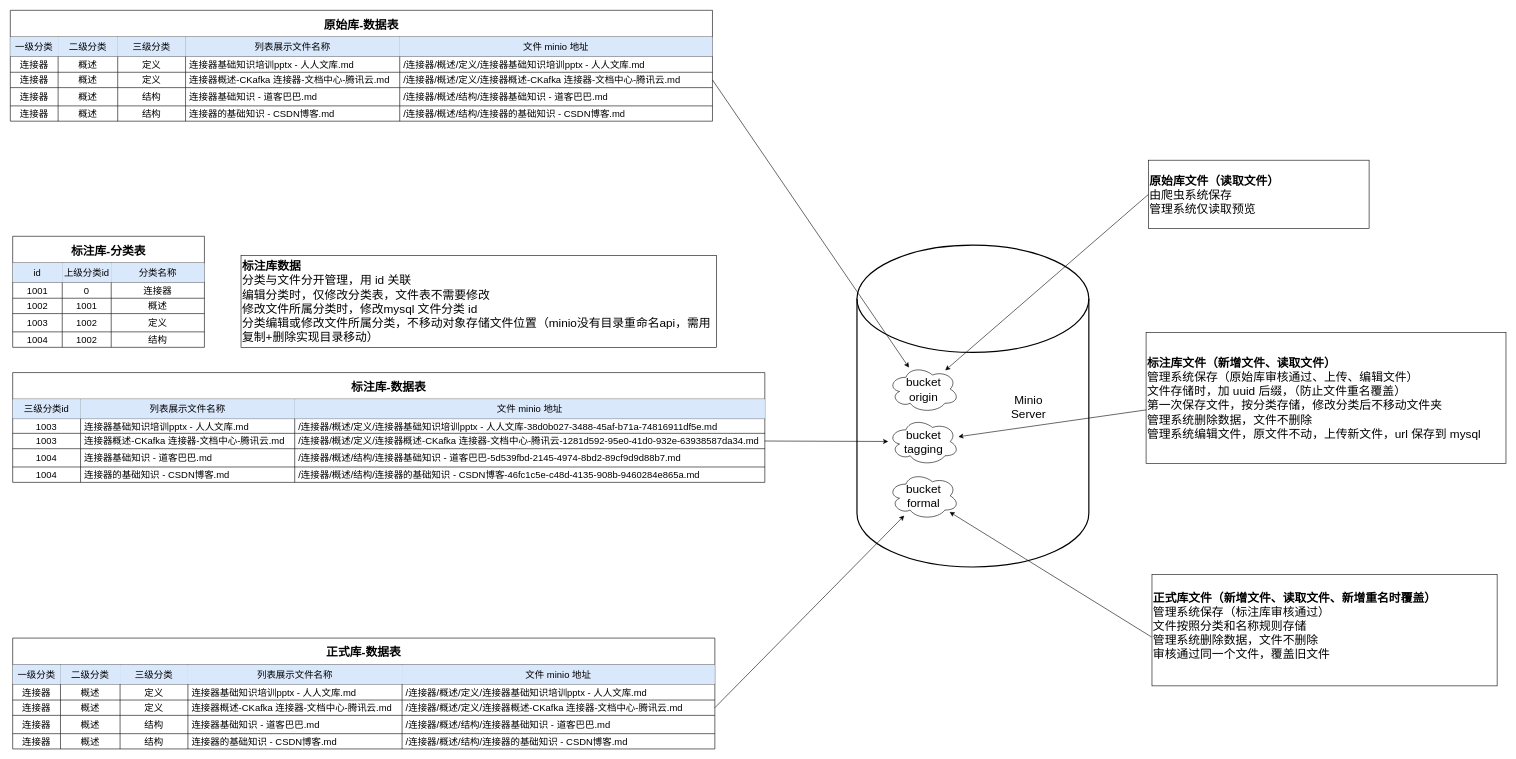
Above: ence/aidata-minio.drawio in MuggleStar/draw_io (draw.io), before the change. Source tidied: cells renumbered, new cells numbered last; positions are measured from the earlier drawing's top-left corner, leaving out a move shared by most shapes. Both pictures are drawn from the tidied source at 59%, with x=0, y=0 at pixel (10, 10).
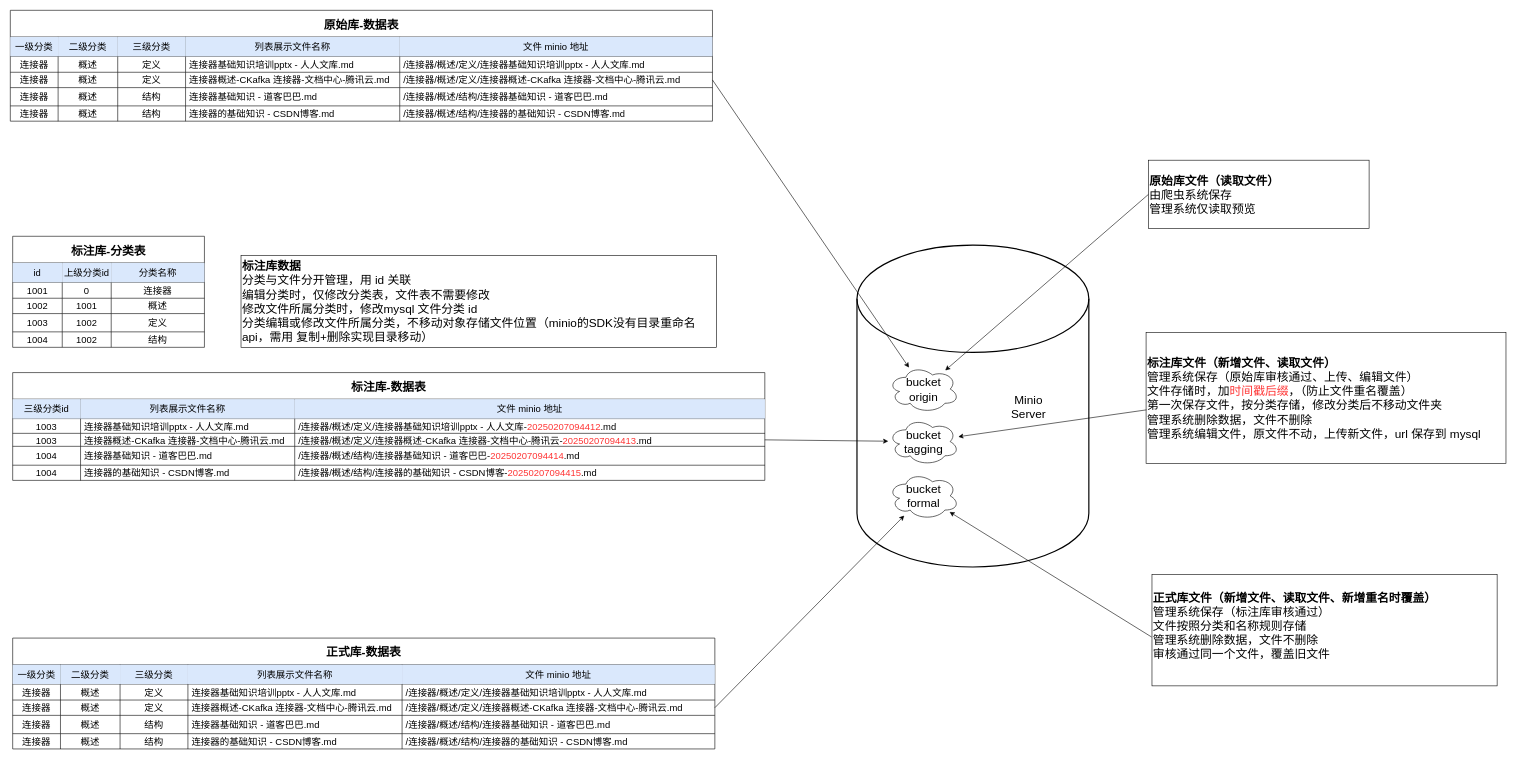
Above is the later version.

Unchanged cells that the change refers to:
```xml
<mxCell id="43" style="shape=tableRow;horizontal=0;startSize=0;swimlaneHead=0;swimlaneBody=0;strokeColor=inherit;top=0;left=0;bottom=0;right=0;fillColor=none;fontSize=16;" parent="38" vertex="1">
  <mxGeometry y="78" width="1274.8" height="25" as="geometry" />
</mxCell>
```

The edit, as a diff of the source:
```diff
@@
     <mxCell id="38" value="标注库-数据表" style="shape=table;startSize=45;childLayout=tableLayout;strokeColor=default;fontSize=20;align=center;fontStyle=1;" parent="1" vertex="1">
-      <mxGeometry x="4" y="614" width="1274.8" height="186.1" as="geometry" />
+      <mxGeometry x="4" y="614" width="1274.8" height="182.7" as="geometry" />
     </mxCell>
@@
-    <mxCell id="46" value="&amp;nbsp;/连接器/概述/定义/连接器基础知识培训pptx - 人人文库-38d0b027-3488-45af-b71a-74816911df5e.md" style="shape=partialRectangle;html=1;whiteSpace=wrap;strokeColor=inherit;overflow=hidden;fillColor=none;top=0;left=0;bottom=0;right=0;fontSize=16;align=left;" parent="43" vertex="1">
+    <mxCell id="46" value="&amp;nbsp;/连接器/概述/定义/连接器基础知识培训pptx - 人人文库-&lt;font style=&quot;color: rgb(255, 51, 51);&quot;&gt;20250207094412&lt;/font&gt;.md" style="shape=partialRectangle;html=1;whiteSpace=wrap;strokeColor=inherit;overflow=hidden;fillColor=none;top=0;left=0;bottom=0;right=0;fontSize=16;align=left;" parent="43" vertex="1">
       <mxGeometry x="478" width="797" height="25" as="geometry" />
     </mxCell>
     <mxCell id="47" style="shape=tableRow;horizontal=0;startSize=0;swimlaneHead=0;swimlaneBody=0;strokeColor=inherit;top=0;left=0;bottom=0;right=0;fillColor=none;points=[[0,0.5],[1,0.5]];portConstraint=eastwest;fontSize=16;" parent="38" vertex="1">
-      <mxGeometry y="103" width="1274.8" height="26" as="geometry" />
+      <mxGeometry y="103" width="1274.8" height="22" as="geometry" />
     </mxCell>
     <mxCell id="48" value="1003" style="shape=partialRectangle;html=1;whiteSpace=wrap;strokeColor=inherit;overflow=hidden;fillColor=none;top=0;left=0;bottom=0;right=0;fontSize=16;align=center;" parent="47" vertex="1">
-      <mxGeometry width="115" height="26" as="geometry" />
+      <mxGeometry width="115" height="22" as="geometry" />
     </mxCell>
     <mxCell id="49" value="&amp;nbsp;连接器概述-CKafka 连接器-文档中心-腾讯云.md" style="shape=partialRectangle;html=1;whiteSpace=wrap;strokeColor=inherit;overflow=hidden;fillColor=none;top=0;left=0;bottom=0;right=0;fontSize=16;align=left;" parent="47" vertex="1">
-      <mxGeometry x="115" width="363" height="26" as="geometry" />
+      <mxGeometry x="115" width="363" height="22" as="geometry" />
     </mxCell>
-    <mxCell id="50" value="&amp;nbsp;/连接器/概述/定义/连接器概述-CKafka 连接器-文档中心-腾讯云-1281d592-95e0-41d0-932e-63938587da34.md" style="shape=partialRectangle;html=1;whiteSpace=wrap;strokeColor=inherit;overflow=hidden;fillColor=none;top=0;left=0;bottom=0;right=0;fontSize=16;align=left;" parent="47" vertex="1">
-      <mxGeometry x="478" width="797" height="26" as="geometry" />
+    <mxCell id="50" value="&amp;nbsp;/连接器/概述/定义/连接器概述-CKafka 连接器-文档中心-腾讯云-&lt;font style=&quot;color: rgb(255, 51, 51);&quot;&gt;20250207094413&lt;/font&gt;.md" style="shape=partialRectangle;html=1;whiteSpace=wrap;strokeColor=inherit;overflow=hidden;fillColor=none;top=0;left=0;bottom=0;right=0;fontSize=16;align=left;" parent="47" vertex="1">
+      <mxGeometry x="478" width="797" height="22" as="geometry" />
     </mxCell>
     <mxCell id="51" style="shape=tableRow;horizontal=0;startSize=0;swimlaneHead=0;swimlaneBody=0;strokeColor=inherit;top=0;left=0;bottom=0;right=0;fillColor=none;fontSize=16;" parent="38" vertex="1">
-      <mxGeometry y="129" width="1274.8" height="31" as="geometry" />
+      <mxGeometry y="125" width="1274.8" height="32" as="geometry" />
     </mxCell>
     <mxCell id="52" value="1004" style="shape=partialRectangle;html=1;whiteSpace=wrap;strokeColor=inherit;overflow=hidden;fillColor=none;top=0;left=0;bottom=0;right=0;fontSize=16;align=center;" parent="51" vertex="1">
-      <mxGeometry width="115" height="31" as="geometry" />
+      <mxGeometry width="115" height="32" as="geometry" />
     </mxCell>
     <mxCell id="53" value="&amp;nbsp;连接器基础知识 - 道客巴巴.md" style="shape=partialRectangle;html=1;whiteSpace=wrap;strokeColor=inherit;overflow=hidden;fillColor=none;top=0;left=0;bottom=0;right=0;fontSize=16;align=left;" parent="51" vertex="1">
-      <mxGeometry x="115" width="363" height="31" as="geometry" />
+      <mxGeometry x="115" width="363" height="32" as="geometry" />
     </mxCell>
-    <mxCell id="54" value="&amp;nbsp;/连接器/概述/结构/连接器基础知识 - 道客巴巴-5d539fbd-2145-4974-8bd2-89cf9d9d88b7.md" style="shape=partialRectangle;html=1;whiteSpace=wrap;strokeColor=inherit;overflow=hidden;fillColor=none;top=0;left=0;bottom=0;right=0;fontSize=16;align=left;" parent="51" vertex="1">
-      <mxGeometry x="478" width="797" height="31" as="geometry" />
+    <mxCell id="54" value="&amp;nbsp;/连接器/概述/结构/连接器基础知识 - 道客巴巴-&lt;font style=&quot;color: rgb(255, 51, 51);&quot;&gt;20250207094414&lt;/font&gt;.md" style="shape=partialRectangle;html=1;whiteSpace=wrap;strokeColor=inherit;overflow=hidden;fillColor=none;top=0;left=0;bottom=0;right=0;fontSize=16;align=left;" parent="51" vertex="1">
+      <mxGeometry x="478" width="797" height="32" as="geometry" />
     </mxCell>
     <mxCell id="55" style="shape=tableRow;horizontal=0;startSize=0;swimlaneHead=0;swimlaneBody=0;strokeColor=inherit;top=0;left=0;bottom=0;right=0;fillColor=none;fontSize=16;" parent="38" vertex="1">
-      <mxGeometry y="160" width="1274.8" height="26" as="geometry" />
+      <mxGeometry y="157" width="1274.8" height="26" as="geometry" />
     </mxCell>
@@
-    <mxCell id="58" value="&amp;nbsp;/连接器/概述/结构/连接器的基础知识 - CSDN博客-46fc1c5e-c48d-4135-908b-9460284e865a.md" style="shape=partialRectangle;html=1;whiteSpace=wrap;strokeColor=inherit;overflow=hidden;fillColor=none;top=0;left=0;bottom=0;right=0;fontSize=16;align=left;" parent="55" vertex="1">
+    <mxCell id="58" value="&amp;nbsp;/连接器/概述/结构/连接器的基础知识 - CSDN博客-&lt;font style=&quot;color: rgb(255, 51, 51);&quot;&gt;20250207094415&lt;/font&gt;.md" style="shape=partialRectangle;html=1;whiteSpace=wrap;strokeColor=inherit;overflow=hidden;fillColor=none;top=0;left=0;bottom=0;right=0;fontSize=16;align=left;" parent="55" vertex="1">
       <mxGeometry x="478" width="797" height="26" as="geometry" />
     </mxCell>
@@
-    <mxCell id="114" value="&lt;font style=&quot;font-size: 20px;&quot;&gt;&lt;b&gt;标注库文件（新增文件、读取文件）&lt;/b&gt;&lt;/font&gt;&lt;div&gt;&lt;font style=&quot;font-size: 20px;&quot;&gt;管理系统保存（原始库审核通过、上传、编辑文件）&lt;/font&gt;&lt;/div&gt;&lt;div&gt;&lt;span style=&quot;font-size: 20px;&quot;&gt;文件存储时，加 uuid 后缀，（防止文件重名覆盖）&lt;/span&gt;&lt;/div&gt;&lt;div&gt;&lt;span style=&quot;font-size: 20px;&quot;&gt;第一次保存文件，按分类存储，修改分类后不移动文件夹&lt;/span&gt;&lt;/div&gt;&lt;div&gt;&lt;span style=&quot;font-size: 20px;&quot;&gt;管理系统删除数据，文件不删除&lt;/span&gt;&lt;/div&gt;&lt;div&gt;&lt;span style=&quot;font-size: 20px;&quot;&gt;管理系统编辑文件，原文件不动，上传新文件，url 保存到 mysql&lt;/span&gt;&lt;/div&gt;" style="rounded=0;whiteSpace=wrap;html=1;align=left;" parent="1" vertex="1">
+    <mxCell id="114" value="&lt;font style=&quot;font-size: 20px;&quot;&gt;&lt;b&gt;标注库文件（新增文件、读取文件）&lt;/b&gt;&lt;/font&gt;&lt;div&gt;&lt;font style=&quot;font-size: 20px;&quot;&gt;管理系统保存（原始库审核通过、上传、编辑文件）&lt;/font&gt;&lt;/div&gt;&lt;div&gt;&lt;span style=&quot;font-size: 20px;&quot;&gt;文件存储时，加&lt;font style=&quot;color: rgb(255, 51, 51);&quot;&gt;时间戳后缀&lt;/font&gt;，（防止文件重名覆盖）&lt;/span&gt;&lt;/div&gt;&lt;div&gt;&lt;span style=&quot;font-size: 20px;&quot;&gt;第一次保存文件，按分类存储，修改分类后不移动文件夹&lt;/span&gt;&lt;/div&gt;&lt;div&gt;&lt;span style=&quot;font-size: 20px;&quot;&gt;管理系统删除数据，文件不删除&lt;/span&gt;&lt;/div&gt;&lt;div&gt;&lt;span style=&quot;font-size: 20px;&quot;&gt;管理系统编辑文件，原文件不动，上传新文件，url 保存到 mysql&lt;/span&gt;&lt;/div&gt;" style="rounded=0;whiteSpace=wrap;html=1;align=left;" parent="1" vertex="1">
       <mxGeometry x="1925" y="546" width="610" height="222" as="geometry" />
     </mxCell>
@@
-    <mxCell id="116" value="&lt;font style=&quot;font-size: 20px;&quot;&gt;&lt;b&gt;标注库数据&lt;/b&gt;&lt;/font&gt;&lt;div&gt;&lt;span style=&quot;font-size: 20px;&quot;&gt;分类与文件分开管理，用 id 关联&lt;/span&gt;&lt;/div&gt;&lt;div&gt;&lt;span style=&quot;font-size: 20px;&quot;&gt;编辑分类时，仅修改分类表，文件表不需要修改&lt;br&gt;修改文件所属分类时，修改mysql 文件分类 id&lt;br&gt;分类编辑或修改文件所属分类，不移动对象存储文件位置（minio没有目录重命名api，需用 复制+删除实现目录移动&lt;/span&gt;&lt;span style=&quot;font-size: 20px; background-color: transparent; color: light-dark(rgb(0, 0, 0), rgb(255, 255, 255));&quot;&gt;）&lt;/span&gt;&lt;/div&gt;" style="rounded=0;whiteSpace=wrap;html=1;align=left;" parent="1" vertex="1">
+    <mxCell id="116" value="&lt;font style=&quot;font-size: 20px;&quot;&gt;&lt;b&gt;标注库数据&lt;/b&gt;&lt;/font&gt;&lt;div&gt;&lt;span style=&quot;font-size: 20px;&quot;&gt;分类与文件分开管理，用 id 关联&lt;/span&gt;&lt;/div&gt;&lt;div&gt;&lt;span style=&quot;font-size: 20px;&quot;&gt;编辑分类时，仅修改分类表，文件表不需要修改&lt;br&gt;修改文件所属分类时，修改mysql 文件分类 id&lt;br&gt;分类编辑或修改文件所属分类，不移动对象存储文件位置（minio的SDK没有目录重命名api，需用 复制+删除实现目录移动&lt;/span&gt;&lt;span style=&quot;font-size: 20px; background-color: transparent; color: light-dark(rgb(0, 0, 0), rgb(255, 255, 255));&quot;&gt;）&lt;/span&gt;&lt;/div&gt;" style="rounded=0;whiteSpace=wrap;html=1;align=left;" parent="1" vertex="1">
       <mxGeometry x="391" y="415.2" width="806" height="156" as="geometry" />
     </mxCell>
```
